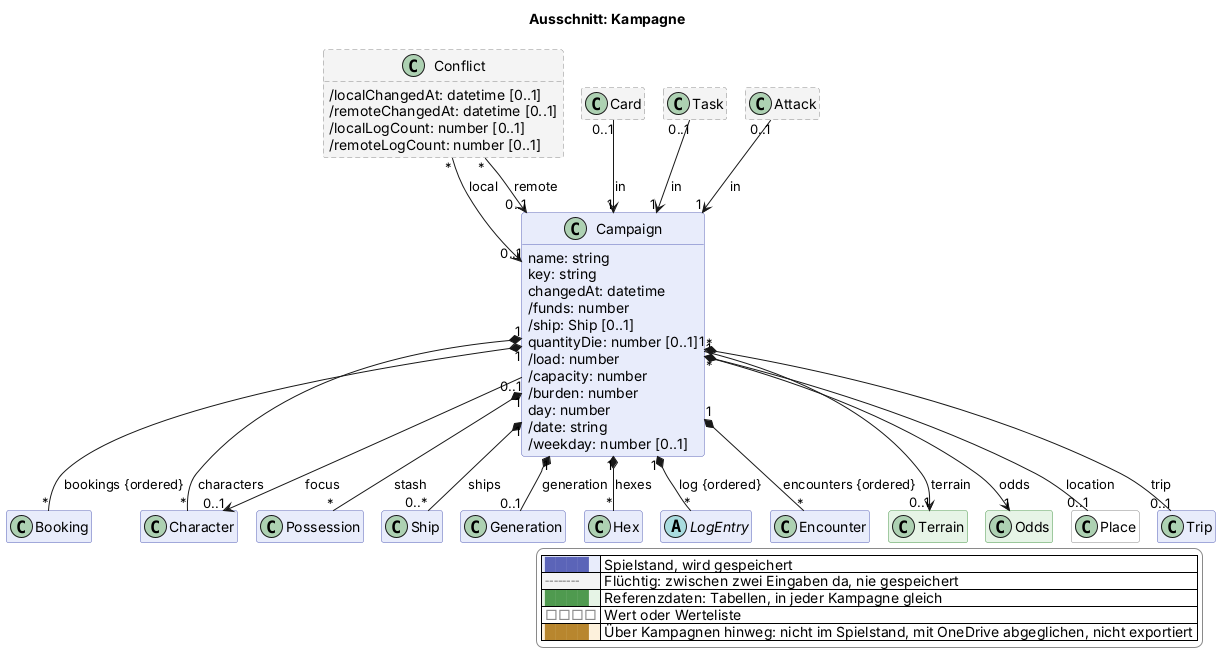
This is docs/views/kampagne.png from scuzzar/SRE, a PlantUML export, as it was before one commit.
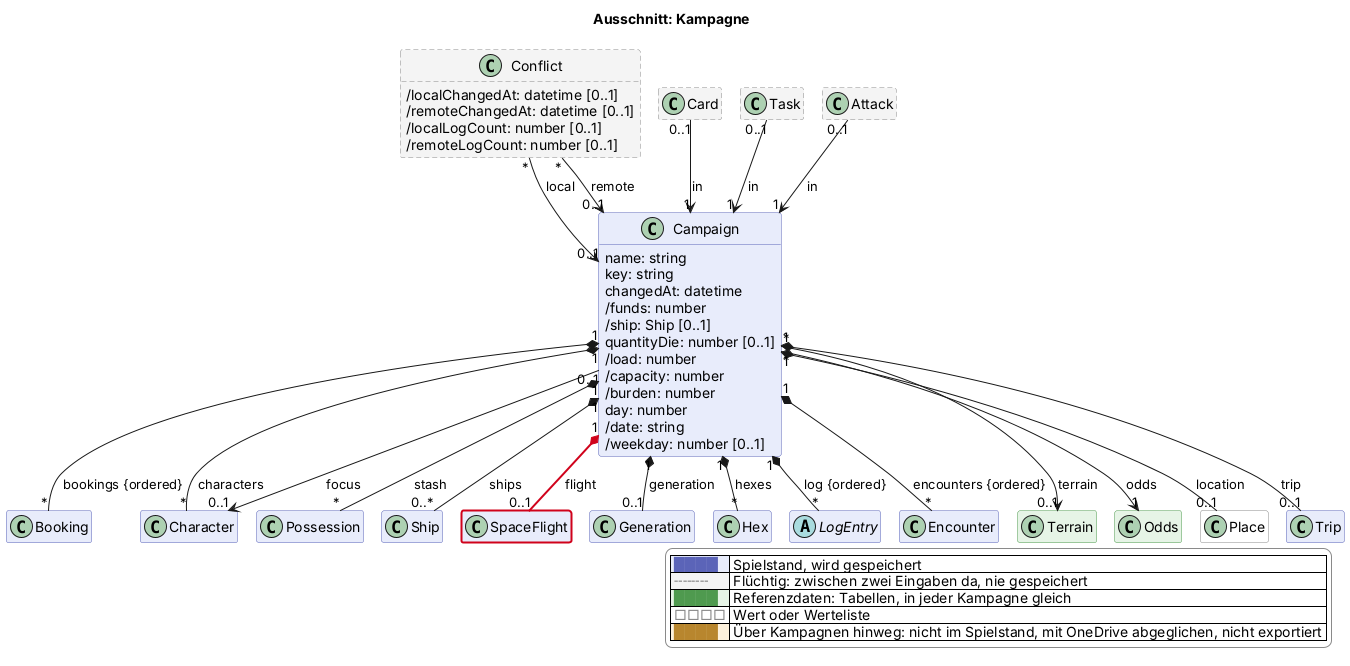
Later version of the same file.

What changed in the source:
```diff
@@ -89,6 +89,8 @@
 
   class Ship $schiffe
 
+  class SpaceFlight $raum $newClass("2026-11-18")
+
   class Generation $erschaffung
 
   class Hex $sektor
@@ -123,6 +125,8 @@
 
 Campaign "1" *-- "0..*" Ship : ships
 
+Campaign "1" *-$newArrow("2026-11-18")- "0..1" SpaceFlight : flight
+
 
 Campaign "1" *-- "0..1" Generation : generation
 
```
